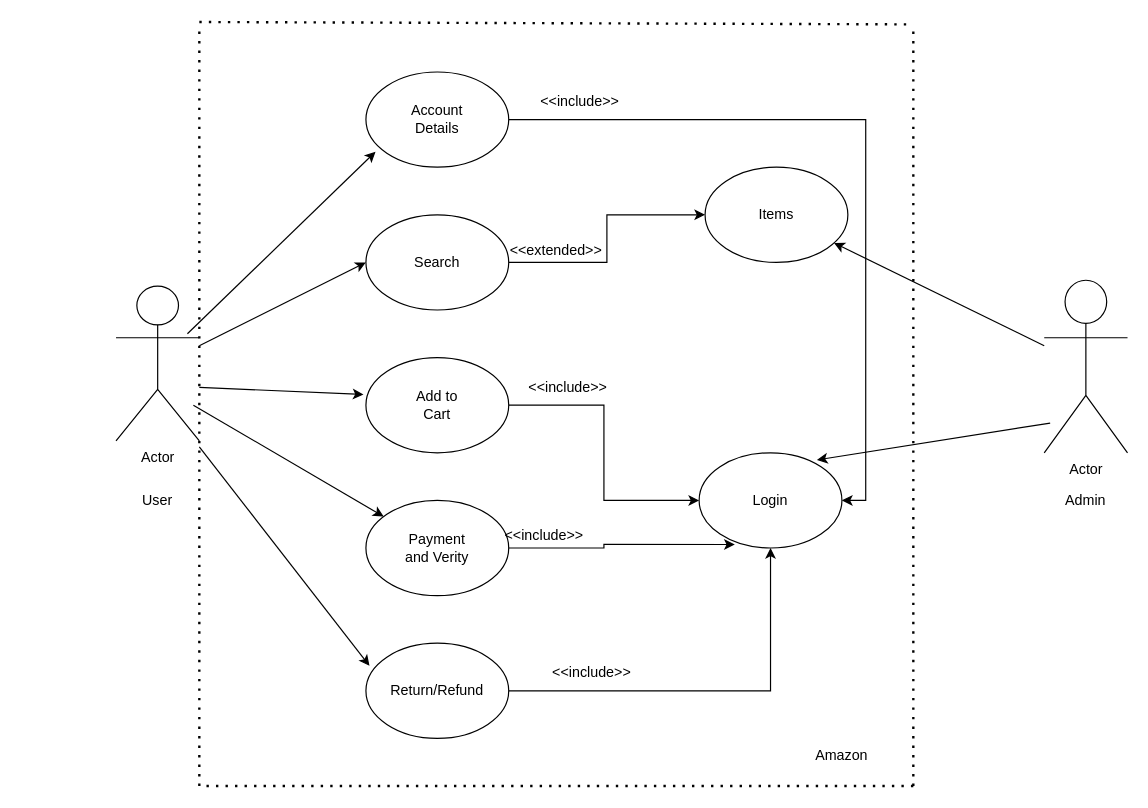
The draw.io diagram Amazon.drawio in nikhilsoftwareboy/Draw.io, before the edit. Source tidied: cells renumbered, new cells numbered last; positions are measured from the earlier drawing's top-left corner, leaving out a move shared by most shapes. Both pictures are drawn from the tidied source at 119%, with x=0, y=0 at pixel (115, 21).
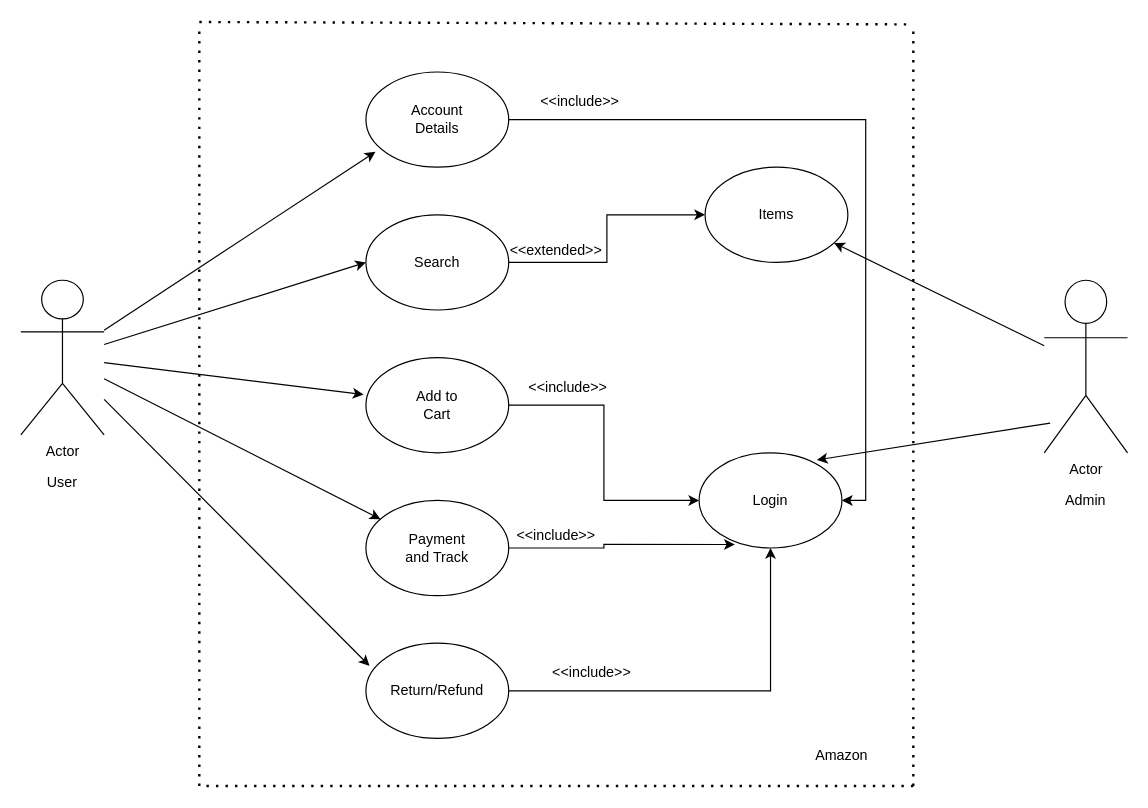
Above is the later version.

Unchanged cells that the change refers to:
```xml
<mxCell id="4" style="ellipse;whiteSpace=wrap;html=1;" parent="1" vertex="1">
  <mxGeometry x="210" y="162" width="120" height="80" as="geometry" />
</mxCell>
<mxCell id="6" style="ellipse;whiteSpace=wrap;html=1;" parent="1" vertex="1">
  <mxGeometry x="210" y="42" width="120" height="80" as="geometry" />
</mxCell>
<mxCell id="8" style="ellipse;whiteSpace=wrap;html=1;" parent="1" vertex="1">
  <mxGeometry x="210" y="282" width="120" height="80" as="geometry" />
</mxCell>
<mxCell id="9" style="ellipse;whiteSpace=wrap;html=1;" parent="1" vertex="1">
  <mxGeometry x="210" y="402" width="120" height="80" as="geometry" />
</mxCell>
<mxCell id="11" style="ellipse;whiteSpace=wrap;html=1;" parent="1" vertex="1">
  <mxGeometry x="210" y="522" width="120" height="80" as="geometry" />
</mxCell>
```

Diff of the diagram source:
```diff
@@
     <mxCell id="2" value="Actor" style="shape=umlActor;verticalLabelPosition=bottom;verticalAlign=top;html=1;outlineConnect=0;" parent="1" vertex="1">
-      <mxGeometry y="222" width="70" height="130" as="geometry" />
+      <mxGeometry x="-80" y="217" width="70" height="130" as="geometry" />
     </mxCell>
@@
     <mxCell id="15" value="User" style="text;html=1;align=center;verticalAlign=middle;whiteSpace=wrap;rounded=0;" parent="1" vertex="1">
-      <mxGeometry x="5" y="387" width="60" height="30" as="geometry" />
+      <mxGeometry x="-75" y="372" width="60" height="30" as="geometry" />
     </mxCell>
@@
-    <mxCell id="17" value="Payment and Verity" style="text;html=1;align=center;verticalAlign=middle;whiteSpace=wrap;rounded=0;" parent="1" vertex="1">
+    <mxCell id="17" value="Payment and Track" style="text;html=1;align=center;verticalAlign=middle;whiteSpace=wrap;rounded=0;" parent="1" vertex="1">
       <mxGeometry x="240" y="427" width="60" height="30" as="geometry" />
     </mxCell>
@@
-    <mxCell id="25" style="endArrow=classic;html=1;rounded=0;entryX=0.067;entryY=0.838;entryDx=0;entryDy=0;entryPerimeter=0;" parent="1" edge="1" target="6">
-      <mxGeometry relative="1" as="geometry">
-        <mxPoint x="60" y="262" as="sourcePoint" />
-      </mxGeometry>
+    <mxCell id="25" style="endArrow=classic;html=1;rounded=0;entryX=0.067;entryY=0.838;entryDx=0;entryDy=0;entryPerimeter=0;" parent="1" edge="1" source="2" target="6">
+      <mxGeometry relative="1" as="geometry" />
     </mxCell>
-    <mxCell id="26" style="endArrow=classic;html=1;rounded=0;entryX=0;entryY=0.5;entryDx=0;entryDy=0;" parent="1" edge="1" target="4">
-      <mxGeometry relative="1" as="geometry">
-        <mxPoint x="70" y="272" as="sourcePoint" />
-      </mxGeometry>
+    <mxCell id="26" style="endArrow=classic;html=1;rounded=0;entryX=0;entryY=0.5;entryDx=0;entryDy=0;" parent="1" edge="1" source="2" target="4">
+      <mxGeometry relative="1" as="geometry" />
     </mxCell>
-    <mxCell id="27" style="endArrow=classic;html=1;rounded=0;entryX=-0.017;entryY=0.388;entryDx=0;entryDy=0;entryPerimeter=0;" parent="1" edge="1" target="8">
-      <mxGeometry relative="1" as="geometry">
-        <mxPoint x="70" y="307" as="sourcePoint" />
-      </mxGeometry>
+    <mxCell id="27" style="endArrow=classic;html=1;rounded=0;entryX=-0.017;entryY=0.388;entryDx=0;entryDy=0;entryPerimeter=0;" parent="1" edge="1" source="2" target="8">
+      <mxGeometry relative="1" as="geometry" />
     </mxCell>
-    <mxCell id="28" style="endArrow=classic;html=1;rounded=0;" parent="1" edge="1" target="9">
-      <mxGeometry relative="1" as="geometry">
-        <mxPoint x="65" y="322" as="sourcePoint" />
-      </mxGeometry>
+    <mxCell id="28" style="endArrow=classic;html=1;rounded=0;" parent="1" edge="1" source="2" target="9">
+      <mxGeometry relative="1" as="geometry" />
     </mxCell>
-    <mxCell id="29" style="endArrow=classic;html=1;rounded=0;entryX=0.025;entryY=0.238;entryDx=0;entryDy=0;entryPerimeter=0;" parent="1" edge="1" target="11">
-      <mxGeometry relative="1" as="geometry">
-        <mxPoint x="70" y="357" as="sourcePoint" />
-      </mxGeometry>
+    <mxCell id="29" style="endArrow=classic;html=1;rounded=0;entryX=0.025;entryY=0.238;entryDx=0;entryDy=0;entryPerimeter=0;" parent="1" edge="1" source="2" target="11">
+      <mxGeometry relative="1" as="geometry" />
     </mxCell>
@@
     <mxCell id="35" value="&amp;lt;&amp;lt;include&amp;gt;&amp;gt;" style="text;html=1;align=center;verticalAlign=middle;whiteSpace=wrap;rounded=0;" parent="1" vertex="1">
-      <mxGeometry x="330" y="417" width="60" height="30" as="geometry" />
+      <mxGeometry x="340" y="417" width="60" height="30" as="geometry" />
     </mxCell>
```
